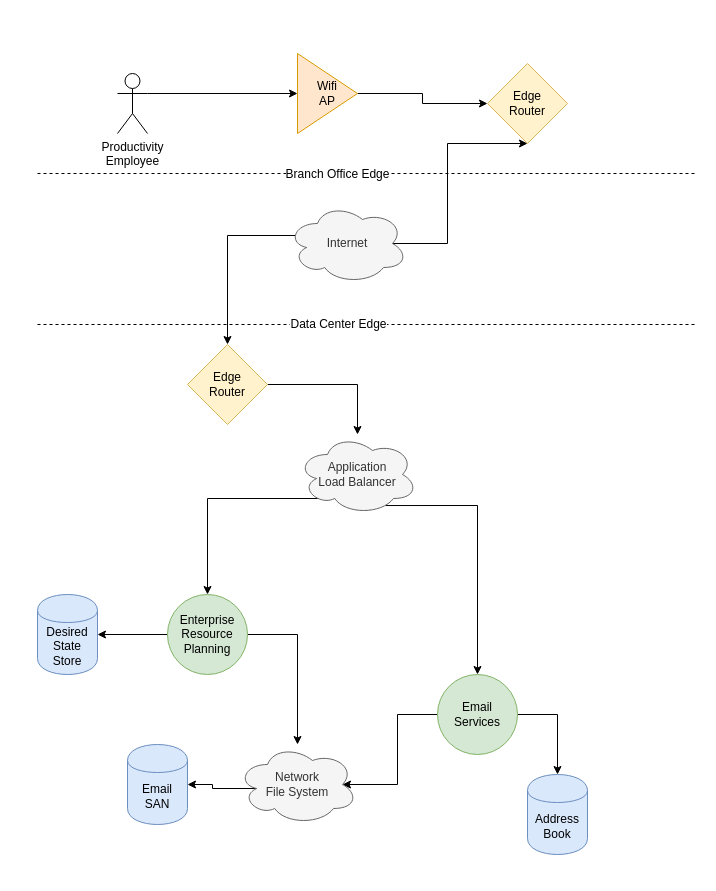
Above: page "Week3_Communication" (5 of 5) of Week3_SharedResource_CommunicationMechanisms/DistributedSystems.drawio.xml in dr-natetorious/TIM-8120_Distributed_Systems (draw.io), before the change. Source tidied: cells renumbered, new cells numbered last; positions are measured from the earlier drawing's top-left corner, leaving out a move shared by most shapes. Both pictures are drawn from the tidied source at 100%, with x=0, y=0 at pixel (37, 53).
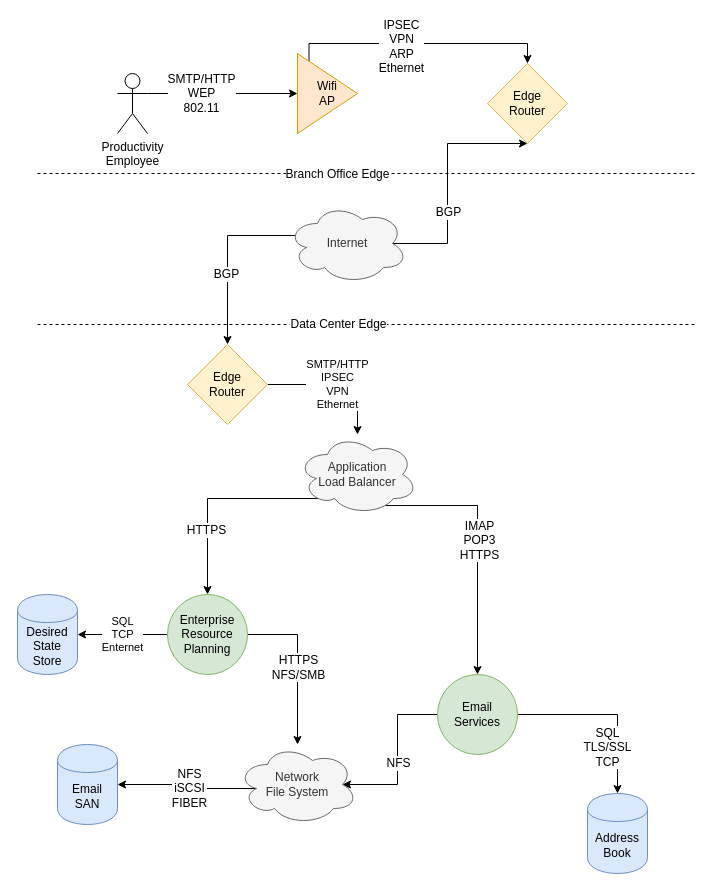
The same diagram, later.

Commit message (it also covers changes not shown here):
doco dono

The change refers to these unchanged cells:
```xml
<mxCell id="2" style="edgeStyle=orthogonalEdgeStyle;rounded=0;jettySize=auto;html=1;exitX=0.31;exitY=0.8;exitDx=0;exitDy=0;exitPerimeter=0;" parent="1" edge="1" source="4" target="7">
  <mxGeometry relative="1" as="geometry" />
</mxCell>
<mxCell id="3" style="edgeStyle=orthogonalEdgeStyle;rounded=0;jettySize=auto;html=1;exitX=0.731;exitY=0.888;exitDx=0;exitDy=0;exitPerimeter=0;" parent="1" edge="1" source="4" target="11">
  <mxGeometry relative="1" as="geometry" />
</mxCell>
<mxCell id="4" value="Application &lt;br&gt;Load Balancer" style="ellipse;shape=cloud;whiteSpace=wrap;html=1;fillColor=#f5f5f5;strokeColor=#666666;fontColor=#333333;" parent="1" vertex="1">
  <mxGeometry x="260" y="381" width="120" height="80" as="geometry" />
</mxCell>
<mxCell id="6" style="edgeStyle=orthogonalEdgeStyle;rounded=0;jettySize=auto;html=1;exitX=1;exitY=0.5;exitDx=0;exitDy=0;" parent="1" edge="1" source="7" target="14">
  <mxGeometry relative="1" as="geometry" />
</mxCell>
<mxCell id="7" value="Enterprise&lt;br&gt;Resource&lt;br&gt;Planning" style="ellipse;whiteSpace=wrap;html=1;fillColor=#d5e8d4;strokeColor=#82b366;" parent="1" vertex="1">
  <mxGeometry x="130" y="541" width="80" height="80" as="geometry" />
</mxCell>
<mxCell id="9" style="edgeStyle=orthogonalEdgeStyle;rounded=0;jettySize=auto;html=1;exitX=1;exitY=0.5;exitDx=0;exitDy=0;" parent="1" edge="1" source="11" target="12">
  <mxGeometry relative="1" as="geometry" />
</mxCell>
<mxCell id="10" style="edgeStyle=orthogonalEdgeStyle;rounded=0;jettySize=auto;html=1;exitX=0;exitY=0.5;exitDx=0;exitDy=0;entryX=0.875;entryY=0.5;entryDx=0;entryDy=0;entryPerimeter=0;" parent="1" edge="1" source="11" target="14">
  <mxGeometry relative="1" as="geometry" />
</mxCell>
<mxCell id="13" style="edgeStyle=orthogonalEdgeStyle;rounded=0;jettySize=auto;html=1;exitX=0.16;exitY=0.55;exitDx=0;exitDy=0;exitPerimeter=0;" parent="1" edge="1" source="14" target="15">
  <mxGeometry relative="1" as="geometry" />
</mxCell>
<mxCell id="16" style="edgeStyle=orthogonalEdgeStyle;rounded=0;jettySize=auto;html=1;exitX=1;exitY=0.3333333333333333;exitDx=0;exitDy=0;exitPerimeter=0;entryX=0;entryY=0.5;entryDx=0;entryDy=0;" parent="1" edge="1" source="17" target="29">
  <mxGeometry relative="1" as="geometry" />
</mxCell>
<mxCell id="21" value="Edge&lt;br&gt;Router" style="rhombus;whiteSpace=wrap;html=1;fillColor=#fff2cc;strokeColor=#d6b656;" parent="1" vertex="1">
  <mxGeometry x="150" y="291" width="80" height="80" as="geometry" />
</mxCell>
<mxCell id="22" value="Edge&lt;br&gt;Router" style="rhombus;whiteSpace=wrap;html=1;fillColor=#fff2cc;strokeColor=#d6b656;" parent="1" vertex="1">
  <mxGeometry x="450" y="10" width="80" height="80" as="geometry" />
</mxCell>
<mxCell id="25" style="edgeStyle=orthogonalEdgeStyle;rounded=0;jettySize=auto;html=1;exitX=0.07;exitY=0.4;exitDx=0;exitDy=0;exitPerimeter=0;entryX=0.5;entryY=0;entryDx=0;entryDy=0;" parent="1" edge="1" source="27" target="21">
  <mxGeometry relative="1" as="geometry" />
</mxCell>
<mxCell id="26" style="edgeStyle=orthogonalEdgeStyle;rounded=0;jettySize=auto;html=1;exitX=0.875;exitY=0.5;exitDx=0;exitDy=0;exitPerimeter=0;entryX=0.5;entryY=1;entryDx=0;entryDy=0;" parent="1" edge="1" source="27" target="22">
  <mxGeometry relative="1" as="geometry">
    <Array as="points">
      <mxPoint x="410" y="190" />
      <mxPoint x="410" y="90" />
    </Array>
  </mxGeometry>
</mxCell>
<mxCell id="29" value="Wifi&lt;br&gt;AP" style="triangle;whiteSpace=wrap;html=1;fillColor=#ffe6cc;strokeColor=#d79b00;" parent="1" vertex="1">
  <mxGeometry x="260" width="60" height="80" as="geometry" />
</mxCell>
```

The edit, as a diff of the source:
```diff
@@
+    <mxCell id="30" value="HTTPS" style="text;html=1;align=center;verticalAlign=middle;labelBackgroundColor=#ffffff;" parent="2" vertex="1">
+      <mxGeometry x="0.14" y="32" relative="1" as="geometry">
+        <mxPoint x="-34" y="32" as="offset" />
+      </mxGeometry>
+    </mxCell>
@@
+    <mxCell id="31" value="IMAP&lt;br&gt;POP3&lt;br&gt;HTTPS" style="text;html=1;align=center;verticalAlign=middle;labelBackgroundColor=#ffffff;" parent="3" vertex="1">
+      <mxGeometry x="-0.29" y="-34" relative="1" as="geometry">
+        <mxPoint x="35" y="34" as="offset" />
+      </mxGeometry>
+    </mxCell>
@@
-    <mxCell id="5" style="edgeStyle=orthogonalEdgeStyle;rounded=0;jettySize=auto;html=1;" parent="1" edge="1" source="7" target="8">
+    <mxCell id="5" value="SQL&lt;br&gt;TCP&lt;br&gt;Enternet" style="edgeStyle=orthogonalEdgeStyle;rounded=0;jettySize=auto;html=1;" parent="1" edge="1" source="7" target="8">
       <mxGeometry relative="1" as="geometry" />
     </mxCell>
@@
+    <mxCell id="32" value="HTTPS&lt;br&gt;NFS/SMB" style="text;html=1;align=center;verticalAlign=middle;labelBackgroundColor=#ffffff;" parent="6" vertex="1">
+      <mxGeometry x="-0.38" y="-32" relative="1" as="geometry">
+        <mxPoint x="32" y="32" as="offset" />
+      </mxGeometry>
+    </mxCell>
@@
     <mxCell id="8" value="Desired&lt;br&gt;State&lt;br&gt;Store" style="shape=cylinder;whiteSpace=wrap;html=1;boundedLbl=1;backgroundOutline=1;fillColor=#dae8fc;strokeColor=#6c8ebf;" parent="1" vertex="1">
-      <mxGeometry y="541" width="60" height="80" as="geometry" />
+      <mxGeometry x="-20" y="541" width="60" height="80" as="geometry" />
     </mxCell>
@@
+    <mxCell id="33" value="SQL&lt;br&gt;TLS/SSL&lt;br&gt;TCP" style="text;html=1;align=center;verticalAlign=middle;labelBackgroundColor=#ffffff;" parent="9" vertex="1">
+      <mxGeometry x="-0.2" y="-16" relative="1" as="geometry">
+        <mxPoint x="17" y="16" as="offset" />
+      </mxGeometry>
+    </mxCell>
@@
+    <mxCell id="34" value="NFS" style="text;html=1;align=center;verticalAlign=middle;labelBackgroundColor=#ffffff;" parent="10" vertex="1">
+      <mxGeometry x="0.07" relative="1" as="geometry" />
+    </mxCell>
@@
     <mxCell id="12" value="Address&lt;br&gt;Book" style="shape=cylinder;whiteSpace=wrap;html=1;boundedLbl=1;backgroundOutline=1;fillColor=#dae8fc;strokeColor=#6c8ebf;" parent="1" vertex="1">
-      <mxGeometry x="490" y="721" width="60" height="80" as="geometry" />
+      <mxGeometry x="550" y="740" width="60" height="80" as="geometry" />
     </mxCell>
@@
+    <mxCell id="35" value="NFS&lt;br&gt;iSCSI&lt;br&gt;FIBER" style="text;html=1;align=center;verticalAlign=middle;labelBackgroundColor=#ffffff;" parent="13" vertex="1">
+      <mxGeometry x="-0.05" y="-1" relative="1" as="geometry" />
+    </mxCell>
@@
     <mxCell id="15" value="Email&lt;br&gt;SAN" style="shape=cylinder;whiteSpace=wrap;html=1;boundedLbl=1;backgroundOutline=1;fillColor=#dae8fc;strokeColor=#6c8ebf;" parent="1" vertex="1">
-      <mxGeometry x="90" y="691" width="60" height="80" as="geometry" />
+      <mxGeometry x="20" y="691" width="60" height="80" as="geometry" />
     </mxCell>
@@
+    <mxCell id="36" value="SMTP/HTTP&lt;br&gt;WEP&lt;br&gt;802.11" style="text;html=1;align=center;verticalAlign=middle;labelBackgroundColor=#ffffff;" parent="16" vertex="1">
+      <mxGeometry x="-0.3" y="1" relative="1" as="geometry" />
+    </mxCell>
@@
-    <mxCell id="20" style="edgeStyle=orthogonalEdgeStyle;rounded=0;jettySize=auto;html=1;exitX=1;exitY=0.5;exitDx=0;exitDy=0;" parent="1" edge="1" source="21" target="4">
+    <mxCell id="20" value="SMTP/HTTP&lt;br&gt;IPSEC&lt;br&gt;VPN&lt;br&gt;Ethernet" style="edgeStyle=orthogonalEdgeStyle;rounded=0;jettySize=auto;html=1;exitX=1;exitY=0.5;exitDx=0;exitDy=0;" parent="1" edge="1" source="21" target="4">
       <mxGeometry relative="1" as="geometry" />
     </mxCell>
@@
+    <mxCell id="37" value="BGP" style="text;html=1;align=center;verticalAlign=middle;labelBackgroundColor=#ffffff;" parent="25" vertex="1">
+      <mxGeometry x="0.21" y="-2" relative="1" as="geometry" />
+    </mxCell>
@@
+    <mxCell id="38" value="BGP" style="text;html=1;align=center;verticalAlign=middle;labelBackgroundColor=#ffffff;" parent="26" vertex="1">
+      <mxGeometry x="-0.53" y="32" relative="1" as="geometry">
+        <mxPoint x="32" y="-32" as="offset" />
+      </mxGeometry>
+    </mxCell>
@@
-    <mxCell id="28" style="edgeStyle=orthogonalEdgeStyle;rounded=0;jettySize=auto;html=1;exitX=1;exitY=0.5;exitDx=0;exitDy=0;" parent="1" edge="1" source="29" target="22">
-      <mxGeometry relative="1" as="geometry" />
+    <mxCell id="28" style="edgeStyle=orthogonalEdgeStyle;rounded=0;jettySize=auto;html=1;exitX=0.192;exitY=0.122;exitDx=0;exitDy=0;entryX=0.5;entryY=0;entryDx=0;entryDy=0;exitPerimeter=0;" parent="1" edge="1" source="29" target="22">
+      <mxGeometry relative="1" as="geometry">
+        <Array as="points">
+          <mxPoint x="272" y="-10" />
+          <mxPoint x="490" y="-10" />
+        </Array>
+      </mxGeometry>
     </mxCell>
+    <mxCell id="39" value="IPSEC&lt;br&gt;VPN&lt;br&gt;ARP&lt;br&gt;Ethernet" style="text;html=1;align=center;verticalAlign=middle;labelBackgroundColor=#ffffff;" parent="28" vertex="1">
+      <mxGeometry x="-0.13" y="-2" relative="1" as="geometry" />
+    </mxCell>
```
